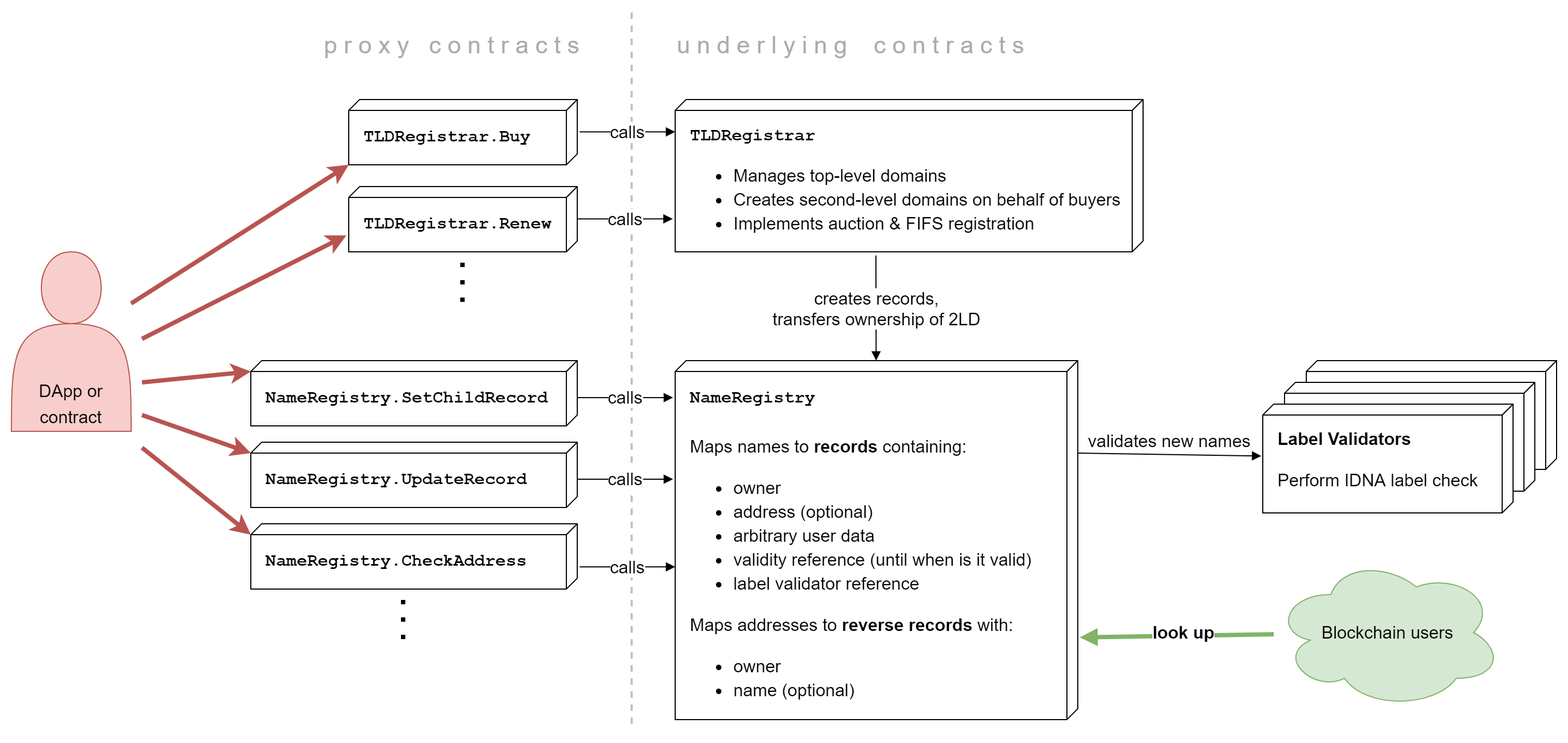
This is .gitbook/assets/smart_contracts.png from tezos-domains/docs, a draw.io export, as it was before one commit. Source tidied: cells renumbered, new cells last; positions are measured from the earlier drawing's top-left corner, leaving out a move shared by most shapes.
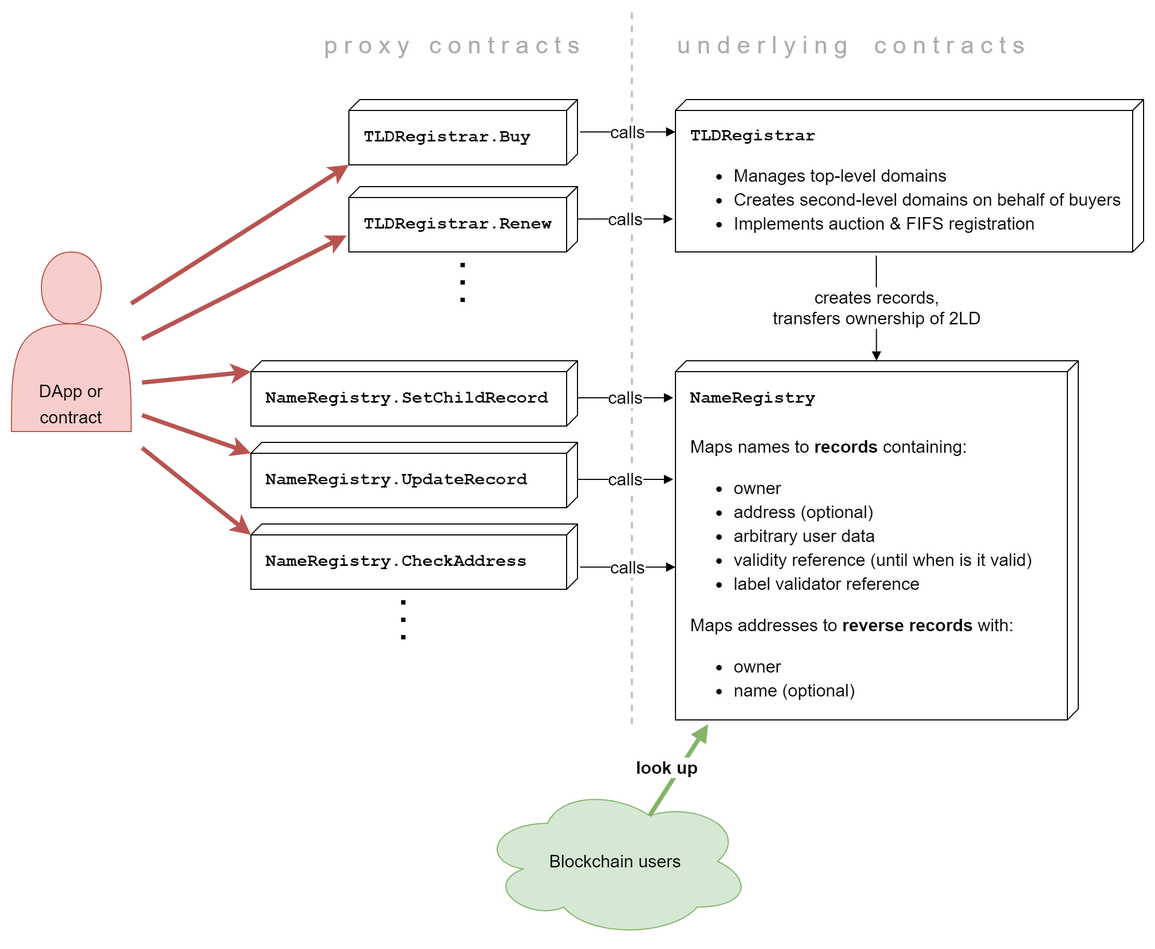
The same diagram one commit later.

Commit message:
GitBook: [master] one page and one asset modified

Change to the diagram source:
```diff
@@ -8,21 +8,9 @@
         <mxPoint x="570" y="660" as="targetPoint" />
       </mxGeometry>
     </mxCell>
-    <mxCell id="3" value="&lt;font&gt;&lt;br&gt;&lt;/font&gt;" style="verticalAlign=top;align=left;spacingTop=16;spacingLeft=12;spacingRight=12;shape=cube;size=10;direction=south;fontStyle=0;html=1;fontSize=16;fontColor=#000000;" parent="1" vertex="1">
-      <mxGeometry x="1190" y="320" width="230" height="100" as="geometry" />
-    </mxCell>
-    <mxCell id="4" value="&lt;font&gt;&lt;br&gt;&lt;/font&gt;" style="verticalAlign=top;align=left;spacingTop=16;spacingLeft=12;spacingRight=12;shape=cube;size=10;direction=south;fontStyle=0;html=1;fontSize=16;fontColor=#000000;" parent="1" vertex="1">
-      <mxGeometry x="1170" y="340" width="230" height="100" as="geometry" />
-    </mxCell>
     <mxCell id="5" value="&lt;font style=&quot;line-height: 140%&quot;&gt;&lt;font face=&quot;Courier New&quot;&gt;&lt;b&gt;&lt;font style=&quot;font-size: 16px&quot;&gt;NameRegistry&lt;/font&gt;&lt;br style=&quot;font-size: 16px&quot;&gt;&lt;br style=&quot;font-size: 16px&quot;&gt;&lt;/b&gt;&lt;/font&gt;Maps names to &lt;b&gt;records&lt;/b&gt; containing:&lt;br&gt;&lt;ul style=&quot;font-size: 16px&quot;&gt;&lt;li&gt;&lt;font style=&quot;font-size: 16px&quot;&gt;owner&lt;/font&gt;&lt;/li&gt;&lt;li&gt;address (optional)&lt;/li&gt;&lt;li&gt;&lt;span&gt;arbitrary user data&lt;/span&gt;&lt;/li&gt;&lt;li&gt;&lt;span&gt;validity reference (until when is&amp;nbsp;&lt;/span&gt;it valid)&lt;/li&gt;&lt;li&gt;label validator reference&lt;/li&gt;&lt;/ul&gt;&lt;div&gt;Maps addresses to &lt;b&gt;reverse records&lt;/b&gt; with:&lt;br&gt;&lt;ul style=&quot;line-height: 22.4px&quot;&gt;&lt;li&gt;owner&lt;/li&gt;&lt;li&gt;name (optional)&lt;/li&gt;&lt;/ul&gt;&lt;/div&gt;&lt;/font&gt;" style="verticalAlign=top;align=left;spacingTop=16;spacingLeft=12;spacingRight=12;shape=cube;size=10;direction=south;fontStyle=0;html=1;fontSize=16;fontColor=#000000;whiteSpace=wrap;" parent="1" vertex="1">
       <mxGeometry x="610" y="320" width="370" height="330" as="geometry" />
     </mxCell>
-    <mxCell id="6" value="&lt;font&gt;&lt;font style=&quot;font-size: 16px&quot;&gt;&lt;b&gt;Label Validators&lt;/b&gt;&lt;/font&gt;&lt;br style=&quot;font-size: 16px&quot;&gt;&lt;br style=&quot;font-size: 16px&quot;&gt;Perform IDNA label check&lt;br&gt;&lt;/font&gt;" style="verticalAlign=top;align=left;spacingTop=16;spacingLeft=12;spacingRight=12;shape=cube;size=10;direction=south;fontStyle=0;html=1;fontSize=16;fontColor=#000000;" parent="1" vertex="1">
-      <mxGeometry x="1150" y="360" width="230" height="100" as="geometry" />
-    </mxCell>
-    <mxCell id="7" value="validates new names" style="html=1;verticalAlign=bottom;endArrow=block;fontSize=16;fontColor=#000000;exitX=0;exitY=0;exitDx=85;exitDy=0;exitPerimeter=0;entryX=0.477;entryY=1.006;entryDx=0;entryDy=0;entryPerimeter=0;strokeWidth=1;" parent="1" edge="1" source="5" target="6">
-      <mxGeometry relative="1" as="geometry" />
-    </mxCell>
     <mxCell id="8" value="&lt;font&gt;&lt;font style=&quot;font-weight: bold ; font-family: &amp;#34;courier new&amp;#34; ; font-size: 16px&quot;&gt;TLDRegistrar&lt;/font&gt;&lt;br style=&quot;font-size: 16px&quot;&gt;&lt;ul style=&quot;line-height: 140%&quot;&gt;&lt;li&gt;&lt;font&gt;Manages top-level domains&lt;/font&gt;&lt;/li&gt;&lt;li&gt;&lt;font&gt;Creates second-level domains on behalf of buyers&lt;/font&gt;&lt;/li&gt;&lt;li&gt;&lt;font&gt;Implements auction &amp;amp; FIFS registration&lt;/font&gt;&lt;/li&gt;&lt;/ul&gt;&lt;/font&gt;" style="verticalAlign=top;align=left;spacingTop=16;spacingLeft=12;spacingRight=12;shape=cube;size=10;direction=south;fontStyle=0;html=1;fontSize=16;fontColor=#000000;" parent="1" vertex="1">
       <mxGeometry x="610" y="80" width="430" height="140" as="geometry" />
     </mxCell>
@@ -42,10 +30,11 @@
       </mxGeometry>
     </mxCell>
     <mxCell id="13" value="Blockchain users" style="ellipse;shape=cloud;whiteSpace=wrap;html=1;fontSize=16;fillColor=#d5e8d4;strokeColor=#82b366;" parent="1" vertex="1">
-      <mxGeometry x="1160" y="500" width="210" height="140" as="geometry" />
+      <mxGeometry x="430" y="710" width="250" height="140" as="geometry" />
     </mxCell>
-    <mxCell id="14" value="look up" style="html=1;verticalAlign=bottom;endArrow=block;fontSize=16;fillColor=#d5e8d4;strokeColor=#82b366;strokeWidth=4;fontStyle=1;entryX=0.771;entryY=-0.005;entryDx=0;entryDy=0;entryPerimeter=0;" parent="1" edge="1" source="13" target="5">
+    <mxCell id="14" value="look up" style="html=1;verticalAlign=middle;endArrow=block;fontSize=16;fillColor=#d5e8d4;strokeColor=#82b366;strokeWidth=4;fontStyle=1;exitX=0.625;exitY=0.2;exitDx=0;exitDy=0;exitPerimeter=0;" parent="1" edge="1" source="13">
       <mxGeometry x="-0.07" y="9" relative="1" as="geometry">
+        <mxPoint x="640" y="654" as="targetPoint" />
         <mxPoint x="-1" as="offset" />
       </mxGeometry>
     </mxCell>
```
